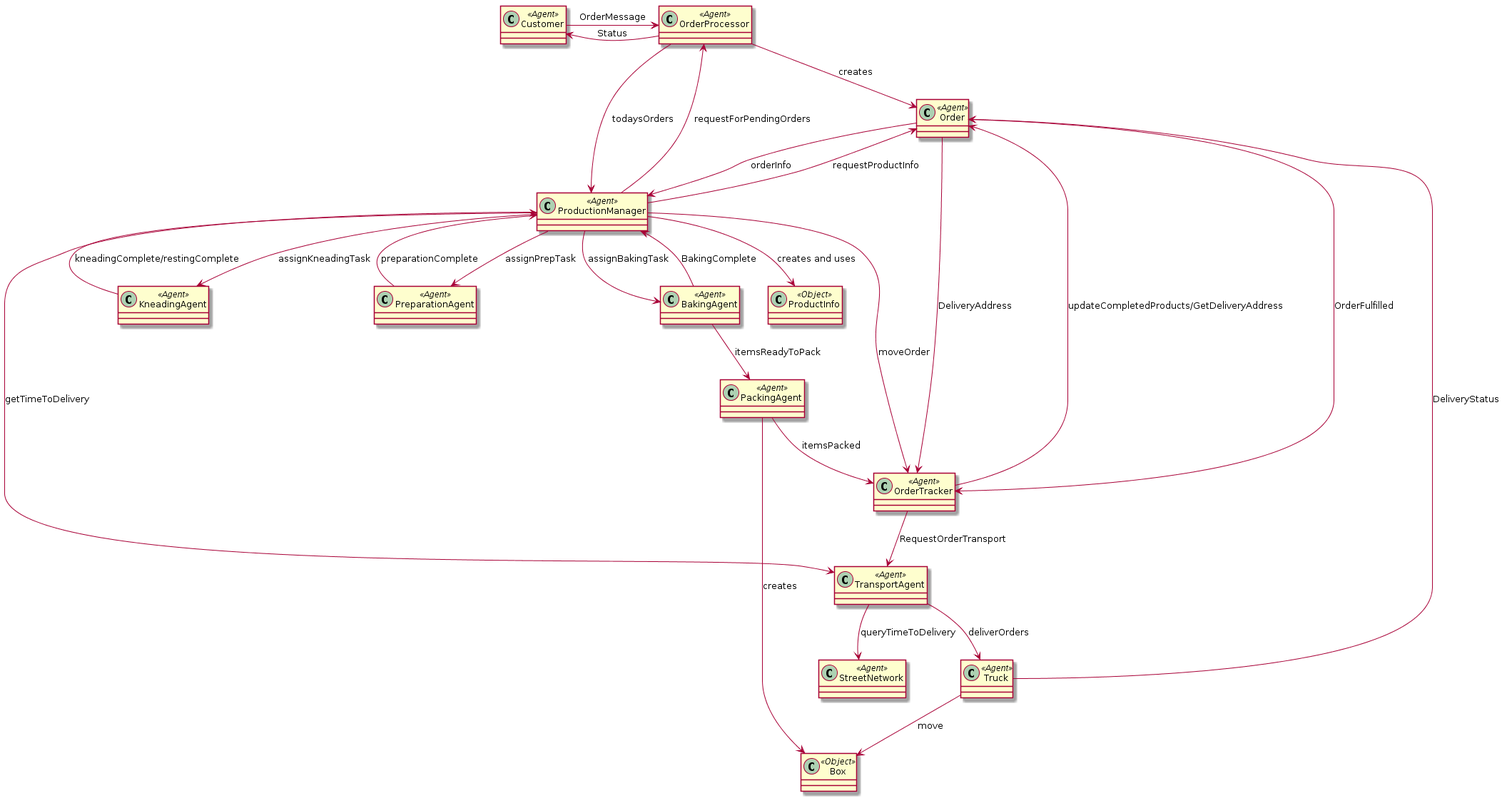
Earlier version of the PlantUML export docs/Bakery.png (HBRS-MAAS/ws18-project-commitment_issues). Source of this version:
```plantuml
@startuml Bakery
skinparam classAttributeIconSize 0

class Customer <<Agent>>
class Order  <<Agent>>
class Truck  <<Agent>>
class StreetNetwork  <<Agent>>
class OrderProcessor  <<Agent>>
class ProductionManager  <<Agent>>
class KneadingAgent  <<Agent>>
class PreparationAgent  <<Agent>>
class BakingAgent  <<Agent>>
class OrderTracker  <<Agent>>
class PackingAgent  <<Agent>>
class TransportAgent  <<Agent>>

class ProductInfo <<Object>>
class Box <<Object>>

Customer -right-> OrderProcessor : OrderMessage
OrderProcessor --> Customer : Status
OrderProcessor -down-> Order : creates
OrderProcessor -right-> ProductionManager : todaysOrders

ProductionManager --> OrderProcessor : requestForPendingOrders
ProductionManager --> KneadingAgent : assignKneadingTask
ProductionManager --> Order : requestProductInfo
ProductionManager--> PreparationAgent : assignPrepTask
ProductionManager --> BakingAgent : assignBakingTask
ProductionManager --> OrderTracker : moveOrder
ProductionManager --> TransportAgent : getTimeToDelivery
Order --> ProductionManager : orderInfo
KneadingAgent --> ProductionManager : kneadingComplete/restingComplete
PreparationAgent --> ProductionManager : preparationComplete
BakingAgent --> ProductionManager : BakingComplete
BakingAgent --> PackingAgent : itemsReadyToPack
PackingAgent --> OrderTracker : itemsPacked
OrderTracker --> TransportAgent : RequestOrderTransport
OrderTracker --> Order : updateCompletedProducts/GetDeliveryAddress
Order --> OrderTracker : DeliveryAddress
Order --> OrderTracker : OrderFulfilled
TransportAgent --> Truck : deliverOrders
Truck --> Order : DeliveryStatus
TransportAgent --> StreetNetwork : queryTimeToDelivery

PackingAgent --> Box : creates
Truck --> Box : move
ProductionManager --> ProductInfo : creates and uses


@enduml
```
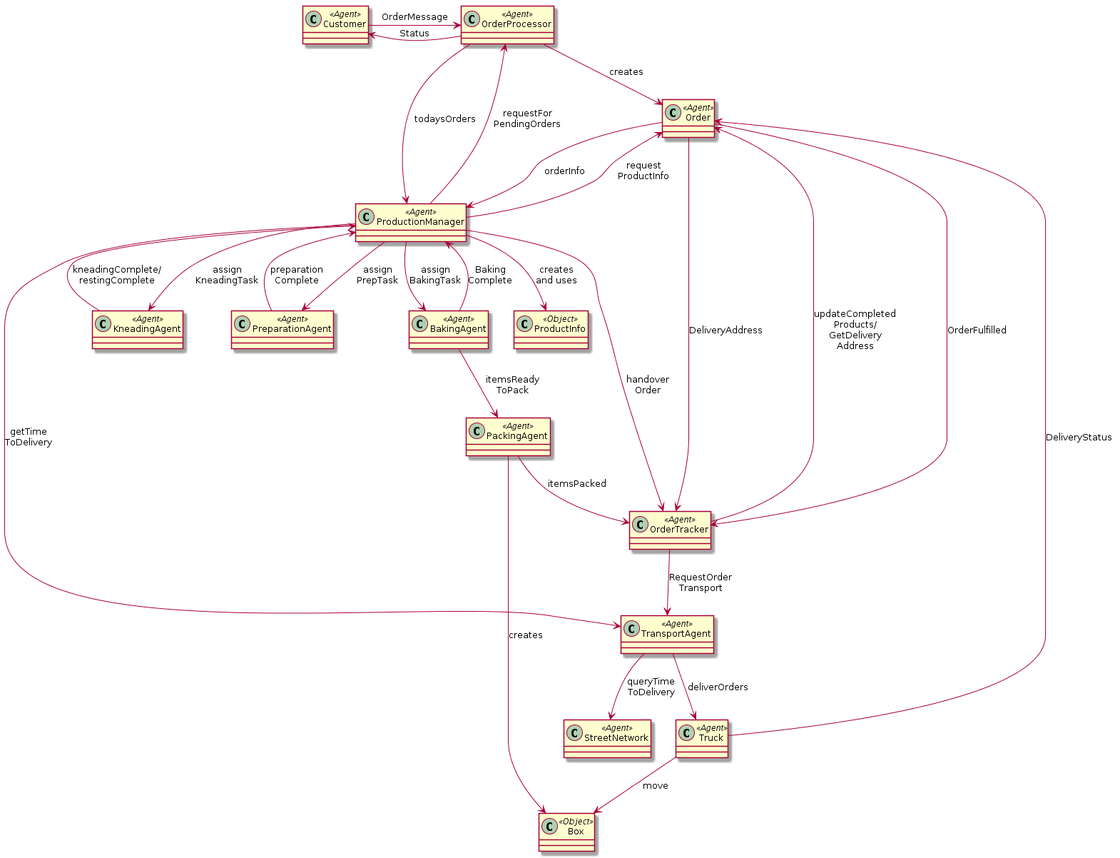
The same file after the commit.

Commit message:
Update the architecture diagram

The edit, as a diff of the source:
```diff
@@ -17,35 +17,35 @@
 class ProductInfo <<Object>>
 class Box <<Object>>
 
-Customer -right-> OrderProcessor : OrderMessage
-OrderProcessor --> Customer : Status
-OrderProcessor -down-> Order : creates
-OrderProcessor -right-> ProductionManager : todaysOrders
+Customer -right-> OrderProcessor :OrderMessage
+OrderProcessor --> Customer :Status
+OrderProcessor -down-> Order :creates
+OrderProcessor -right-> ProductionManager :todaysOrders
 
-ProductionManager --> OrderProcessor : requestForPendingOrders
-ProductionManager --> KneadingAgent : assignKneadingTask
-ProductionManager --> Order : requestProductInfo
-ProductionManager--> PreparationAgent : assignPrepTask
-ProductionManager --> BakingAgent : assignBakingTask
-ProductionManager --> OrderTracker : moveOrder
-ProductionManager --> TransportAgent : getTimeToDelivery
-Order --> ProductionManager : orderInfo
-KneadingAgent --> ProductionManager : kneadingComplete/restingComplete
-PreparationAgent --> ProductionManager : preparationComplete
-BakingAgent --> ProductionManager : BakingComplete
-BakingAgent --> PackingAgent : itemsReadyToPack
-PackingAgent --> OrderTracker : itemsPacked
-OrderTracker --> TransportAgent : RequestOrderTransport
-OrderTracker --> Order : updateCompletedProducts/GetDeliveryAddress
-Order --> OrderTracker : DeliveryAddress
-Order --> OrderTracker : OrderFulfilled
-TransportAgent --> Truck : deliverOrders
-Truck --> Order : DeliveryStatus
-TransportAgent --> StreetNetwork : queryTimeToDelivery
+ProductionManager --> OrderProcessor :requestFor\nPendingOrders
+ProductionManager --> KneadingAgent :assign\nKneadingTask
+ProductionManager --> Order :request\nProductInfo
+ProductionManager--> PreparationAgent :assign\nPrepTask
+ProductionManager --> BakingAgent :assign\nBakingTask
+ProductionManager --> OrderTracker :handover\nOrder
+ProductionManager --> TransportAgent :getTime\nToDelivery
+Order --> ProductionManager :orderInfo
+KneadingAgent --> ProductionManager :kneadingComplete/\nrestingComplete
+PreparationAgent --> ProductionManager :preparation\nComplete
+BakingAgent --> ProductionManager :Baking\nComplete
+BakingAgent --> PackingAgent :itemsReady\nToPack
+PackingAgent --> OrderTracker :itemsPacked
+OrderTracker --> TransportAgent :RequestOrder\nTransport
+OrderTracker --> Order :updateCompleted\nProducts/\nGetDelivery\nAddress
+Order --> OrderTracker :DeliveryAddress
+Order --> OrderTracker :OrderFulfilled
+TransportAgent --> Truck :deliverOrders
+Truck --> Order :DeliveryStatus
+TransportAgent --> StreetNetwork :queryTime\nToDelivery
 
-PackingAgent --> Box : creates
-Truck --> Box : move
-ProductionManager --> ProductInfo : creates and uses
+PackingAgent --> Box :creates
+Truck --> Box :move
+ProductionManager --> ProductInfo :creates\nand uses
 
 
 @enduml
```
